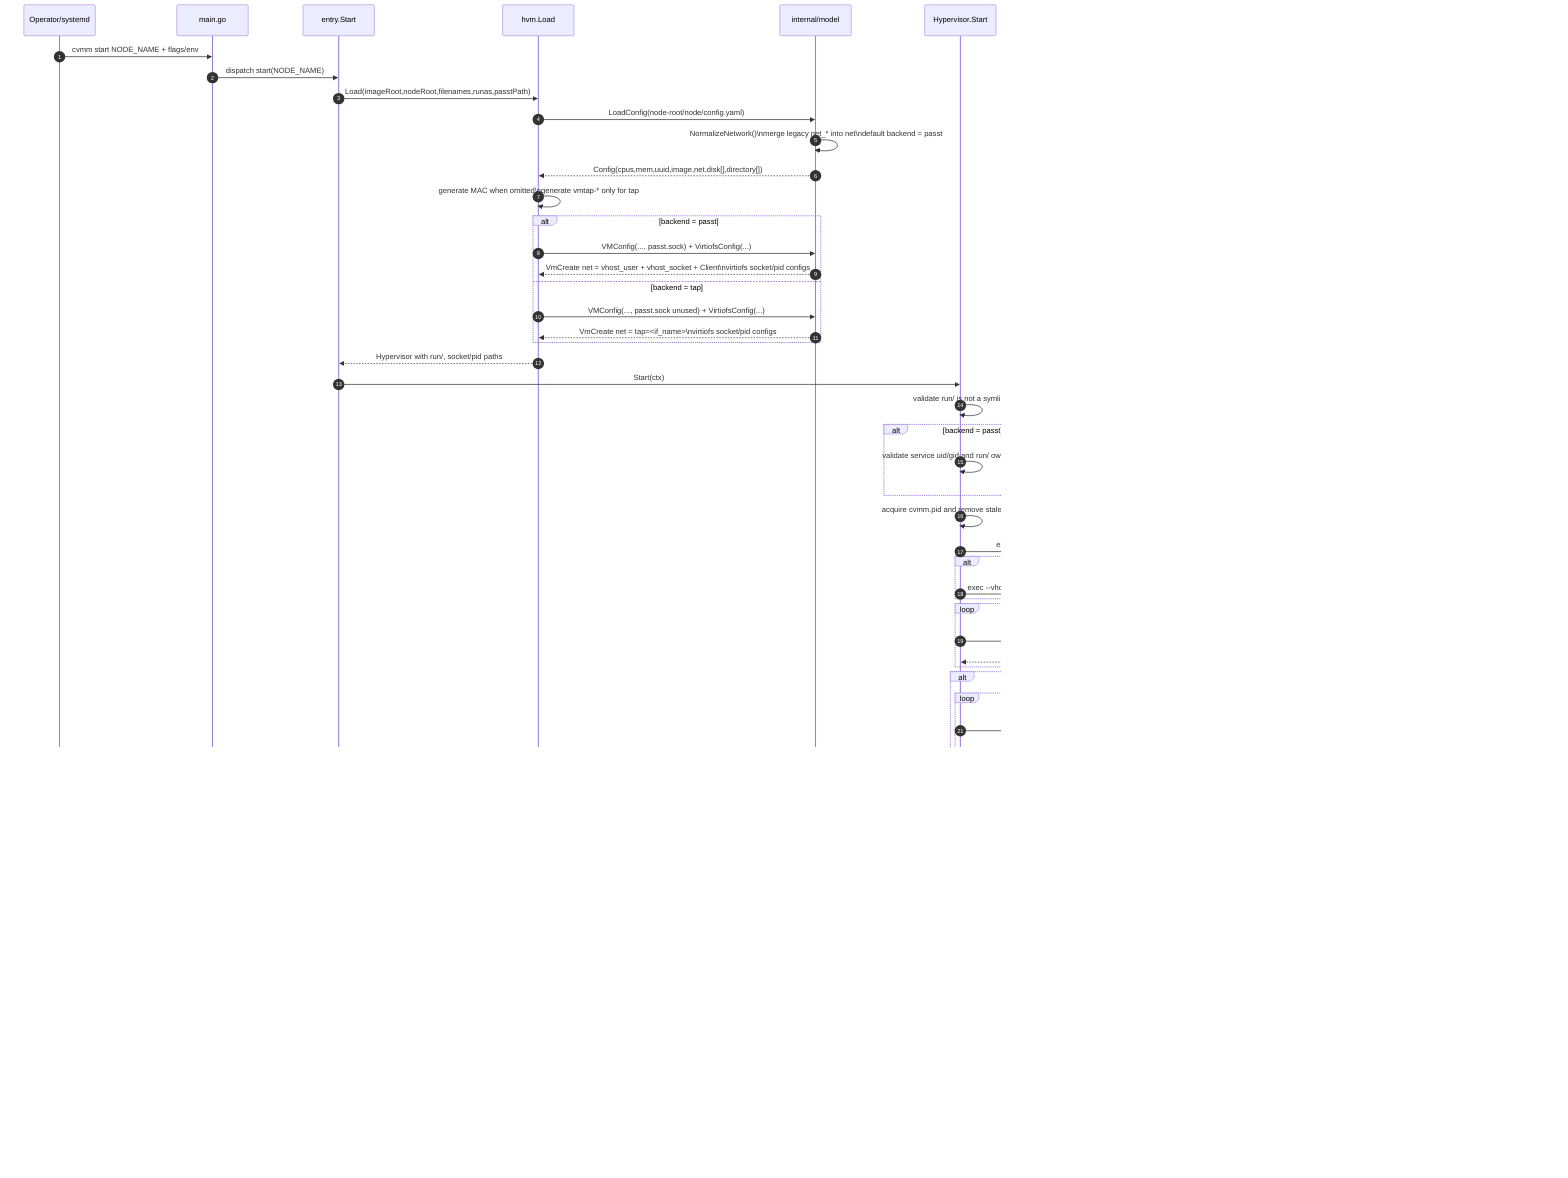
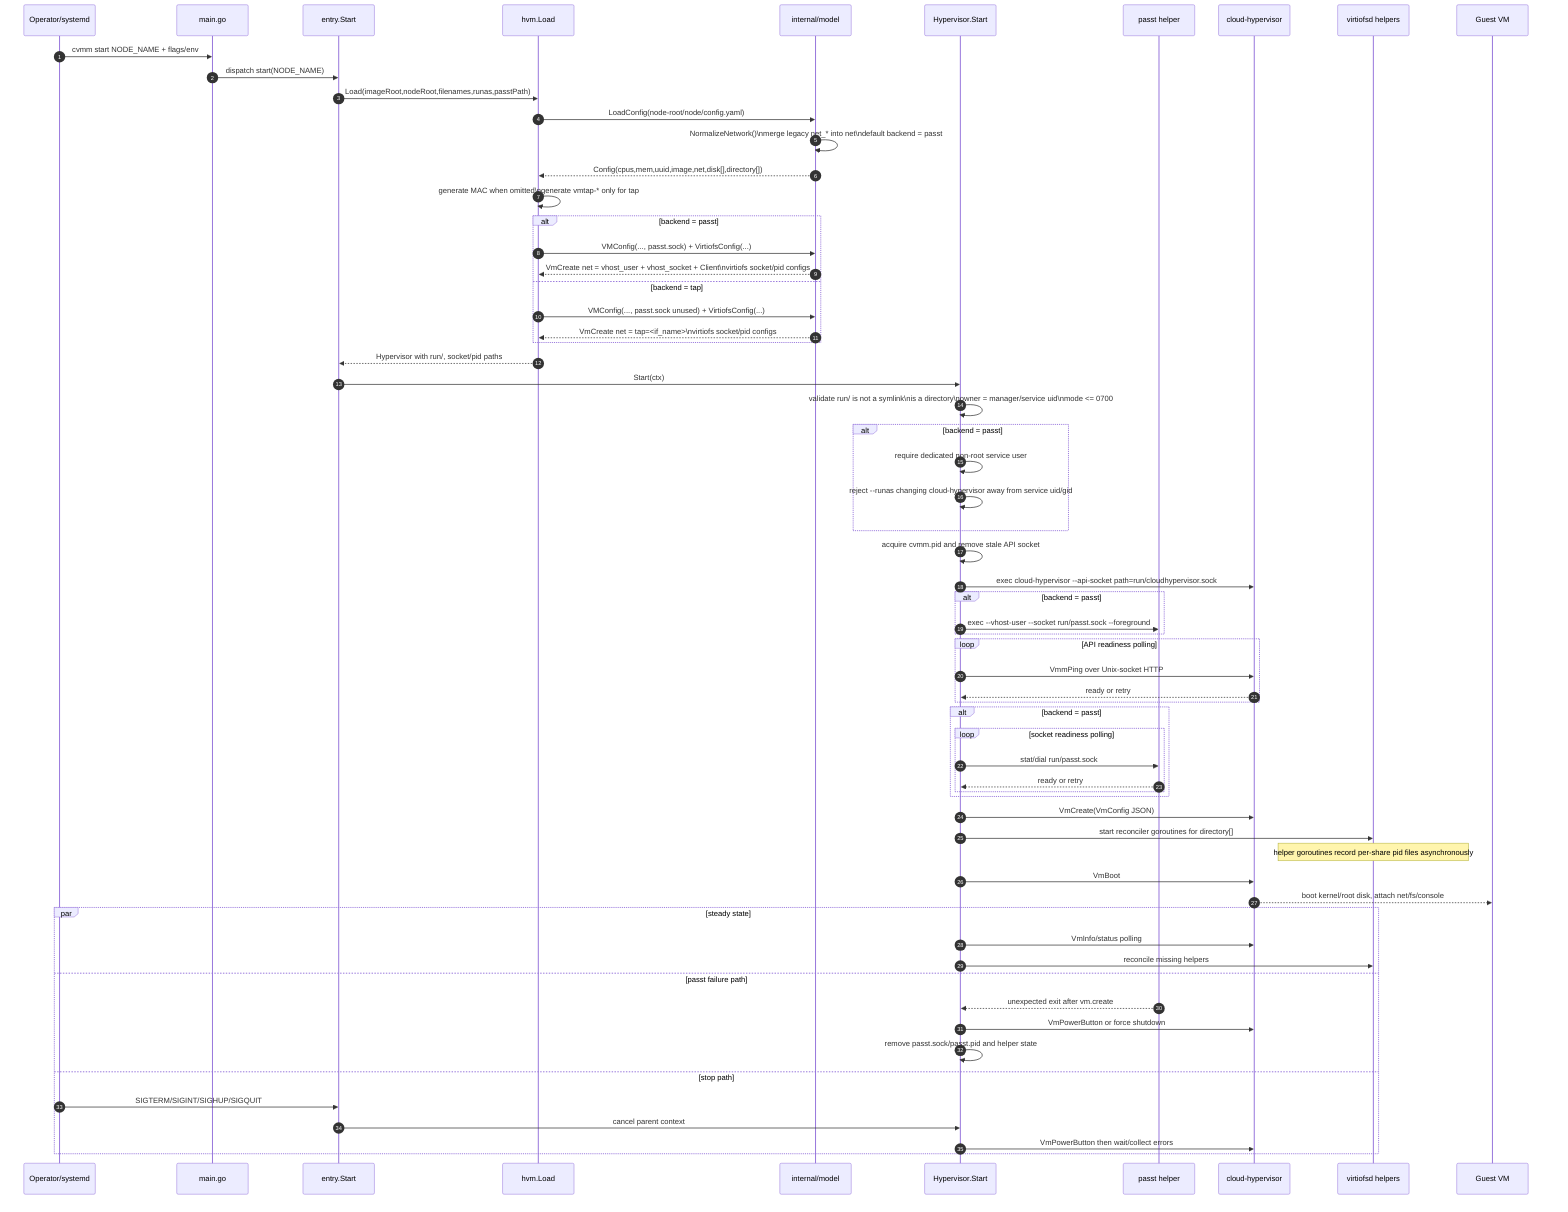
sequenceDiagram
    autonumber
    participant Caller as Operator/systemd
    participant Main as main.go
    participant Entry as entry.Start
    participant Load as hvm.Load
    participant Model as internal/model
    participant HV as Hypervisor.Start
    participant Passt as passt helper
    participant CH as cloud-hypervisor
    participant VFS as virtiofsd helpers
    participant Guest as Guest VM

    Caller->>Main: cvmm start NODE_NAME + flags/env
    Main->>Entry: dispatch start(NODE_NAME)
    Entry->>Load: Load(imageRoot,nodeRoot,filenames,runas,passtPath)
    Load->>Model: LoadConfig(node-root/node/config.yaml)
    Model->>Model: NormalizeNetwork()\nmerge legacy net_* into net\ndefault backend = passt
    Model-->>Load: Config(cpus,mem,uuid,image,net,disk[],directory[])
    Load->>Load: generate MAC when omitted\ngenerate vmtap-* only for tap
    alt backend = passt
        Load->>Model: VMConfig(..., passt.sock) + VirtiofsConfig(...)
        Model-->>Load: VmCreate net = vhost_user + vhost_socket + Client\nvirtiofs socket/pid configs
    else backend = tap
        Load->>Model: VMConfig(..., passt.sock unused) + VirtiofsConfig(...)
        Model-->>Load: VmCreate net = tap=<if_name>\nvirtiofs socket/pid configs
    end
    Load-->>Entry: Hypervisor with run/, socket/pid paths
    Entry->>HV: Start(ctx)
-     HV->>HV: validate run/ is not a symlink
+     HV->>HV: validate run/ is not a symlink\nis a directory\nowner = manager/service uid\nmode <= 0700
    alt backend = passt
-         HV->>HV: validate service uid/gid and run/ owner + mode
+         HV->>HV: require dedicated non-root service user
+         HV->>HV: reject --runas changing cloud-hypervisor away from service uid/gid
    end
    HV->>HV: acquire cvmm.pid and remove stale API socket
    HV->>CH: exec cloud-hypervisor --api-socket path=run/cloudhypervisor.sock
    alt backend = passt
        HV->>Passt: exec --vhost-user --socket run/passt.sock --foreground
    end
    loop API readiness polling
        HV->>CH: VmmPing over Unix-socket HTTP
        CH-->>HV: ready or retry
    end
    alt backend = passt
        loop socket readiness polling
            HV->>Passt: stat/dial run/passt.sock
            Passt-->>HV: ready or retry
        end
    end
    HV->>CH: VmCreate(VmConfig JSON)
    HV->>VFS: start reconciler goroutines for directory[]
    Note over VFS: helper goroutines record per-share pid files asynchronously
    HV->>CH: VmBoot
    CH-->>Guest: boot kernel/root disk, attach net/fs/console
    par steady state
        HV->>CH: VmInfo/status polling
        HV->>VFS: reconcile missing helpers
    and passt failure path
        Passt-->>HV: unexpected exit after vm.create
        HV->>CH: VmPowerButton or force shutdown
        HV->>HV: remove passt.sock/passt.pid and helper state
    and stop path
        Caller->>Entry: SIGTERM/SIGINT/SIGHUP/SIGQUIT
        Entry->>HV: cancel parent context
        HV->>CH: VmPowerButton then wait/collect errors
    end
